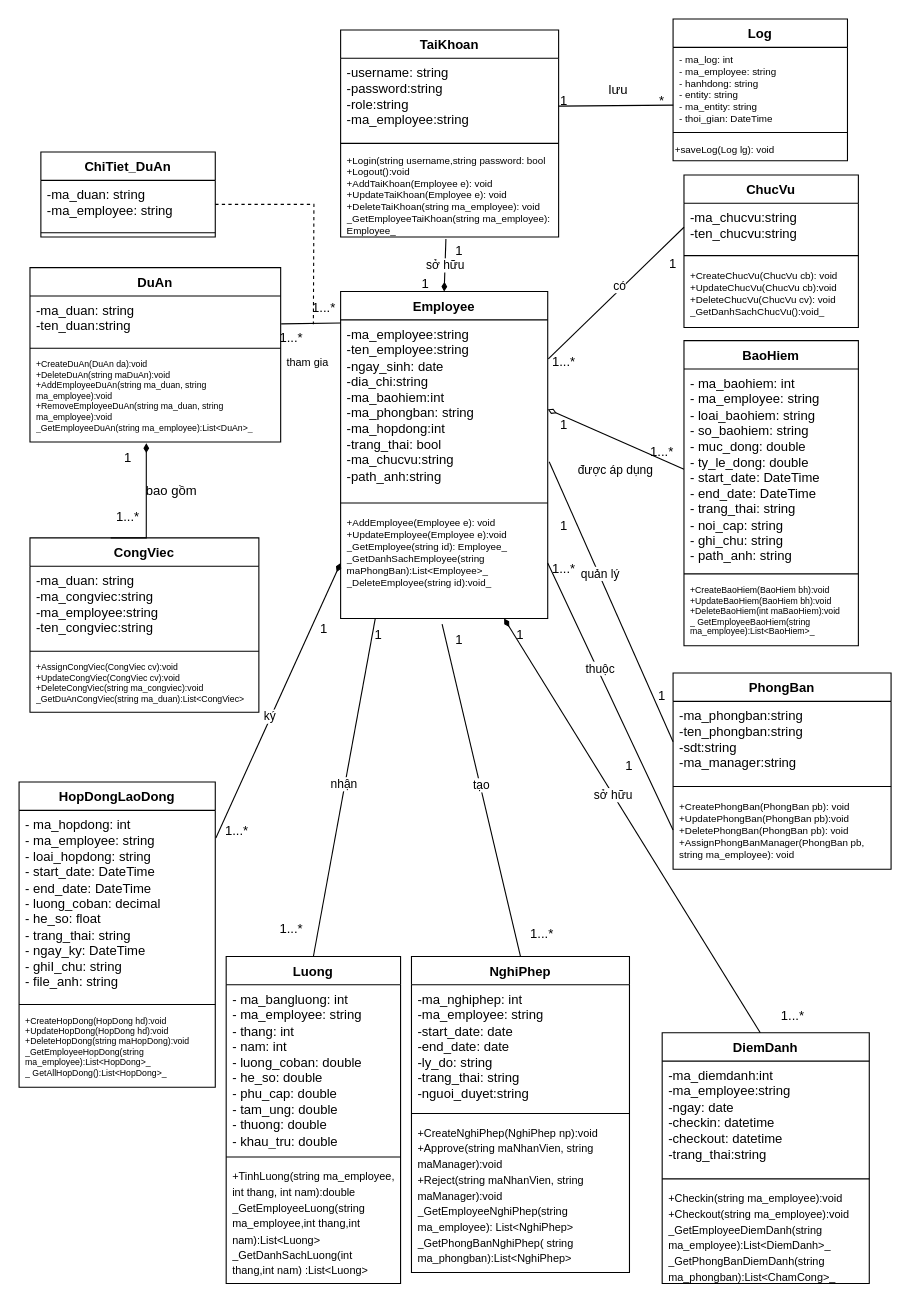
This is SoDoClass.drawio from hoangda24312/Group4-DesigningSystem, a draw.io file, before an edit. Source tidied: cells renumbered, new cells numbered last; positions are measured from the earlier drawing's top-left corner, leaving out a move shared by most shapes. Both pictures are drawn from the tidied source at 109%, with x=0, y=0 at pixel (19, 19).
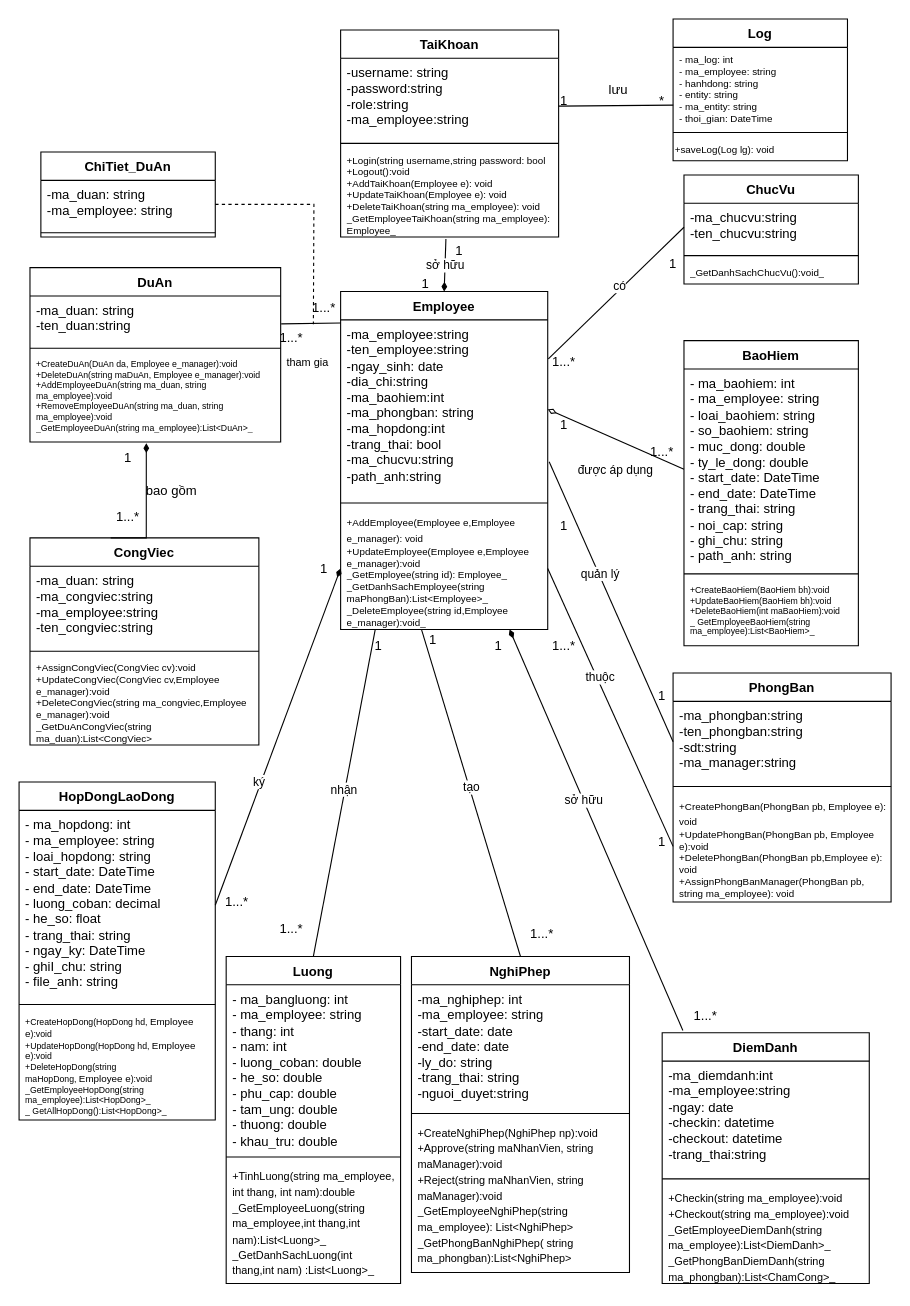
After the change.

Unchanged cells that the change refers to:
```xml
<mxCell id="9" value="DuAn" style="swimlane;fontStyle=1;align=center;verticalAlign=top;horizontal=1;startSize=26;whiteSpace=wrap;html=1;" parent="1" vertex="1">
  <mxGeometry x="10" y="228" width="230" height="160" as="geometry" />
</mxCell>
<mxCell id="22" value="&lt;div&gt;- ma_hopdong: int&lt;/div&gt;&lt;div&gt;- ma_employee: string&lt;/div&gt;&lt;div&gt;- loai_hopdong: string&lt;/div&gt;&lt;div&gt;- start_date: DateTime&lt;/div&gt;&lt;div&gt;- end_date: DateTime&lt;/div&gt;&lt;div&gt;- luong_coban: decimal&lt;/div&gt;&lt;div&gt;- he_so: float&lt;/div&gt;&lt;div&gt;- trang_thai: string&lt;/div&gt;&lt;div&gt;- ngay_ky: DateTime&lt;/div&gt;&lt;div&gt;- ghiI_chu: string&lt;/div&gt;&lt;div&gt;- file_anh: string&lt;/div&gt;" style="text;strokeColor=none;fillColor=none;align=left;verticalAlign=top;spacingLeft=4;spacingRight=4;overflow=hidden;points=[[0,0.5],[1,0.5]];portConstraint=eastwest;whiteSpace=wrap;html=1;" parent="21" vertex="1">
  <mxGeometry y="26" width="180" height="174" as="geometry" />
</mxCell>
<mxCell id="33" value="DiemDanh" style="swimlane;fontStyle=1;align=center;verticalAlign=top;horizontal=1;startSize=26;whiteSpace=wrap;html=1;" parent="1" vertex="1">
  <mxGeometry x="590" y="930" width="190" height="230" as="geometry" />
</mxCell>
<mxCell id="37" value="NghiPhep" style="swimlane;fontStyle=1;align=center;verticalAlign=top;horizontal=1;startSize=26;whiteSpace=wrap;html=1;" parent="1" vertex="1">
  <mxGeometry x="360" y="860" width="200" height="290" as="geometry" />
</mxCell>
<mxCell id="72" value="Luong" style="swimlane;fontStyle=1;align=center;verticalAlign=top;horizontal=1;startSize=26;whiteSpace=wrap;html=1;" parent="1" vertex="1">
  <mxGeometry x="190" y="860" width="160" height="300" as="geometry" />
</mxCell>
```

Change to the diagram source:
```diff
@@
-    <mxCell id="12" value="&lt;div&gt;+CreateDuAn(DuAn da):void&lt;/div&gt;&lt;div&gt;+DeleteDuAn(string maDuAn):void&lt;/div&gt;&lt;div&gt;+AddEmployeeDuAn(string ma_duan, string ma_employee):void&lt;/div&gt;&lt;div&gt;+RemoveEmployeeDuAn(string ma_duan, string ma_employee):void&lt;/div&gt;&lt;div&gt;_GetEmployeeDuAn(string ma_employee):List&amp;lt;DuAn&amp;gt;_&lt;/div&gt;" style="text;strokeColor=none;fillColor=none;align=left;verticalAlign=top;spacingLeft=4;spacingRight=4;overflow=hidden;points=[[0,0.5],[1,0.5]];portConstraint=eastwest;whiteSpace=wrap;html=1;fontSize=8;" parent="9" vertex="1">
+    <mxCell id="12" value="&lt;div&gt;+CreateDuAn(DuAn da,&amp;nbsp;&lt;span style=&quot;background-color: transparent; color: light-dark(rgb(0, 0, 0), rgb(255, 255, 255));&quot;&gt;Employee e_manager&lt;/span&gt;&lt;span style=&quot;background-color: transparent; color: light-dark(rgb(0, 0, 0), rgb(255, 255, 255));&quot;&gt;):void&lt;/span&gt;&lt;/div&gt;&lt;div&gt;+DeleteDuAn(string maDuAn,&amp;nbsp;&lt;span style=&quot;background-color: transparent; color: light-dark(rgb(0, 0, 0), rgb(255, 255, 255));&quot;&gt;Employee e_manager&lt;/span&gt;&lt;span style=&quot;background-color: transparent; color: light-dark(rgb(0, 0, 0), rgb(255, 255, 255));&quot;&gt;):void&lt;/span&gt;&lt;/div&gt;&lt;div&gt;+AddEmployeeDuAn(string ma_duan, string ma_employee):void&lt;/div&gt;&lt;div&gt;+RemoveEmployeeDuAn(string ma_duan, string ma_employee):void&lt;/div&gt;&lt;div&gt;_GetEmployeeDuAn(string ma_employee):List&amp;lt;DuAn&amp;gt;_&lt;/div&gt;" style="text;strokeColor=none;fillColor=none;align=left;verticalAlign=top;spacingLeft=4;spacingRight=4;overflow=hidden;points=[[0,0.5],[1,0.5]];portConstraint=eastwest;whiteSpace=wrap;html=1;fontSize=8;" parent="9" vertex="1">
       <mxGeometry y="78" width="230" height="82" as="geometry" />
     </mxCell>
     <mxCell id="13" value="CongViec" style="swimlane;fontStyle=1;align=center;verticalAlign=top;horizontal=1;startSize=26;whiteSpace=wrap;html=1;" parent="1" vertex="1">
-      <mxGeometry x="10" y="476" width="210" height="160" as="geometry" />
+      <mxGeometry x="10" y="476" width="210" height="190" as="geometry" />
     </mxCell>
@@
-    <mxCell id="16" value="&lt;div&gt;+AssignCongViec(CongViec cv):void&lt;/div&gt;&lt;div&gt;+UpdateCongViec(CongViec cv):void&lt;/div&gt;&lt;div&gt;+DeleteCongViec(string ma_congviec):void&lt;/div&gt;&lt;div&gt;_GetDuAnCongViec(string ma_duan):List&amp;lt;CongViec&amp;gt;&lt;/div&gt;" style="text;strokeColor=none;fillColor=none;align=left;verticalAlign=top;spacingLeft=4;spacingRight=4;overflow=hidden;whiteSpace=wrap;html=1;fontSize=8;" parent="13" vertex="1">
-      <mxGeometry y="108" width="210" height="52" as="geometry" />
+    <mxCell id="16" value="&lt;div&gt;&lt;font style=&quot;font-size: 9px;&quot;&gt;+AssignCongViec(CongViec cv):void&lt;/font&gt;&lt;/div&gt;&lt;div&gt;&lt;font style=&quot;font-size: 9px;&quot;&gt;+UpdateCongViec(CongViec cv,&lt;span style=&quot;background-color: transparent; color: light-dark(rgb(0, 0, 0), rgb(255, 255, 255));&quot;&gt;Employee e_manager&lt;/span&gt;&lt;span style=&quot;background-color: transparent; color: light-dark(rgb(0, 0, 0), rgb(255, 255, 255));&quot;&gt;):void&lt;/span&gt;&lt;/font&gt;&lt;/div&gt;&lt;div&gt;&lt;font style=&quot;font-size: 9px;&quot;&gt;+DeleteCongViec(string ma_congviec,&lt;/font&gt;&lt;span style=&quot;font-size: 9px; background-color: transparent; color: light-dark(rgb(0, 0, 0), rgb(255, 255, 255));&quot;&gt;Employee e_manager&lt;/span&gt;&lt;span style=&quot;font-size: 9px; background-color: transparent; color: light-dark(rgb(0, 0, 0), rgb(255, 255, 255));&quot;&gt;):void&lt;/span&gt;&lt;/div&gt;&lt;div&gt;&lt;font style=&quot;font-size: 9px;&quot;&gt;_GetDuAnCongViec(string ma_duan):List&amp;lt;CongViec&amp;gt;&lt;/font&gt;&lt;/div&gt;" style="text;strokeColor=none;fillColor=none;align=left;verticalAlign=top;spacingLeft=4;spacingRight=4;overflow=hidden;whiteSpace=wrap;html=1;fontSize=8;" parent="13" vertex="1">
+      <mxGeometry y="108" width="210" height="82" as="geometry" />
     </mxCell>
     <mxCell id="17" value="PhongBan" style="swimlane;fontStyle=1;align=center;verticalAlign=top;horizontal=1;startSize=26;whiteSpace=wrap;html=1;" parent="1" vertex="1">
-      <mxGeometry x="600" y="600" width="200" height="180" as="geometry" />
+      <mxGeometry x="600" y="600" width="200" height="210" as="geometry" />
     </mxCell>
@@
-    <mxCell id="20" value="&lt;span style=&quot;font-size: 9px;&quot;&gt;+CreatePhongBan(PhongBan pb): void&lt;/span&gt;&lt;div style=&quot;font-size: 9px;&quot;&gt;+UpdatePhongBan(PhongBan pb):void&lt;/div&gt;&lt;div style=&quot;font-size: 9px;&quot;&gt;+DeletePhongBan(PhongBan pb): void&lt;/div&gt;&lt;div style=&quot;font-size: 9px;&quot;&gt;+AssignPhongBanManager(PhongBan pb, string ma_employee): void&lt;/div&gt;" style="text;strokeColor=none;fillColor=none;align=left;verticalAlign=top;spacingLeft=4;spacingRight=4;overflow=hidden;points=[[0,0.5],[1,0.5]];portConstraint=eastwest;whiteSpace=wrap;html=1;" parent="17" vertex="1">
-      <mxGeometry y="108" width="200" height="72" as="geometry" />
+    <mxCell id="20" value="&lt;span style=&quot;font-size: 9px;&quot;&gt;+CreatePhongBan(PhongBan pb,&amp;nbsp;&lt;/span&gt;&lt;span style=&quot;font-size: 9px;&quot;&gt;Employee e&lt;/span&gt;&lt;span style=&quot;font-size: 9px;&quot;&gt;): void&lt;/span&gt;&lt;div style=&quot;font-size: 9px;&quot;&gt;+UpdatePhongBan(PhongBan pb,&amp;nbsp;&lt;span style=&quot;background-color: transparent; color: light-dark(rgb(0, 0, 0), rgb(255, 255, 255));&quot;&gt;Employee e&lt;/span&gt;&lt;span style=&quot;background-color: transparent; color: light-dark(rgb(0, 0, 0), rgb(255, 255, 255));&quot;&gt;):void&lt;/span&gt;&lt;/div&gt;&lt;div style=&quot;font-size: 9px;&quot;&gt;+DeletePhongBan(PhongBan pb,&lt;span style=&quot;background-color: transparent; color: light-dark(rgb(0, 0, 0), rgb(255, 255, 255));&quot;&gt;Employee e&lt;/span&gt;&lt;span style=&quot;background-color: transparent; color: light-dark(rgb(0, 0, 0), rgb(255, 255, 255));&quot;&gt;): void&lt;/span&gt;&lt;/div&gt;&lt;div style=&quot;font-size: 9px;&quot;&gt;+AssignPhongBanManager(PhongBan pb, string ma_employee): void&lt;/div&gt;" style="text;strokeColor=none;fillColor=none;align=left;verticalAlign=top;spacingLeft=4;spacingRight=4;overflow=hidden;points=[[0,0.5],[1,0.5]];portConstraint=eastwest;whiteSpace=wrap;html=1;" parent="17" vertex="1">
+      <mxGeometry y="108" width="200" height="102" as="geometry" />
     </mxCell>
     <mxCell id="21" value="HopDongLaoDong" style="swimlane;fontStyle=1;align=center;verticalAlign=top;horizontal=1;startSize=26;whiteSpace=wrap;html=1;" parent="1" vertex="1">
-      <mxGeometry y="700" width="180" height="280" as="geometry" />
+      <mxGeometry y="700" width="180" height="310" as="geometry" />
     </mxCell>
@@
-    <mxCell id="24" value="&lt;div&gt;+CreateHopDong(HopDong hd):void&lt;/div&gt;&lt;div&gt;+UpdateHopDong(HopDong hd):void&lt;/div&gt;&lt;div&gt;+DeleteHopDong(string maHopDong):void&lt;/div&gt;&lt;div&gt;_GetEmployeeHopDong(string ma_employee):List&amp;lt;HopDong&amp;gt;_&lt;/div&gt;&lt;div&gt;_ GetAllHopDong():List&amp;lt;HopDong&amp;gt;_&lt;/div&gt;" style="text;strokeColor=none;fillColor=none;align=left;verticalAlign=top;spacingLeft=4;spacingRight=4;overflow=hidden;whiteSpace=wrap;html=1;fontSize=8;" parent="21" vertex="1">
-      <mxGeometry y="208" width="180" height="72" as="geometry" />
+    <mxCell id="24" value="&lt;div&gt;+CreateHopDong(HopDong hd,&amp;nbsp;&lt;span style=&quot;font-size: 9px; background-color: transparent; color: light-dark(rgb(0, 0, 0), rgb(255, 255, 255));&quot;&gt;Employee e&lt;/span&gt;&lt;span style=&quot;background-color: transparent; color: light-dark(rgb(0, 0, 0), rgb(255, 255, 255));&quot;&gt;):void&lt;/span&gt;&lt;/div&gt;&lt;div&gt;+UpdateHopDong(HopDong hd,&amp;nbsp;&lt;span style=&quot;font-size: 9px; background-color: transparent; color: light-dark(rgb(0, 0, 0), rgb(255, 255, 255));&quot;&gt;Employee e&lt;/span&gt;&lt;span style=&quot;background-color: transparent; color: light-dark(rgb(0, 0, 0), rgb(255, 255, 255));&quot;&gt;):void&lt;/span&gt;&lt;/div&gt;&lt;div&gt;+DeleteHopDong(string maHopDong,&amp;nbsp;&lt;span style=&quot;font-size: 9px; background-color: transparent; color: light-dark(rgb(0, 0, 0), rgb(255, 255, 255));&quot;&gt;Employee e&lt;/span&gt;&lt;span style=&quot;background-color: transparent; color: light-dark(rgb(0, 0, 0), rgb(255, 255, 255));&quot;&gt;):void&lt;/span&gt;&lt;/div&gt;&lt;div&gt;_GetEmployeeHopDong(string ma_employee):List&amp;lt;HopDong&amp;gt;_&lt;/div&gt;&lt;div&gt;_ GetAllHopDong():List&amp;lt;HopDong&amp;gt;_&lt;/div&gt;" style="text;strokeColor=none;fillColor=none;align=left;verticalAlign=top;spacingLeft=4;spacingRight=4;overflow=hidden;whiteSpace=wrap;html=1;fontSize=8;" parent="21" vertex="1">
+      <mxGeometry y="208" width="180" height="102" as="geometry" />
     </mxCell>
     <mxCell id="25" value="Employee" style="swimlane;fontStyle=1;align=center;verticalAlign=top;horizontal=1;startSize=26;whiteSpace=wrap;html=1;" parent="1" vertex="1">
-      <mxGeometry x="295" y="250" width="190" height="300" as="geometry" />
+      <mxGeometry x="295" y="250" width="190" height="310" as="geometry" />
     </mxCell>
@@
-    <mxCell id="28" value="&lt;span style=&quot;font-size: 9px;&quot;&gt;+AddEmployee(Employee e): void&lt;/span&gt;&lt;div style=&quot;font-size: 9px;&quot;&gt;+UpdateEmployee(Employee e):void&lt;/div&gt;&lt;div style=&quot;font-size: 9px;&quot;&gt;_GetEmployee(string id): Employee_&lt;/div&gt;&lt;div style=&quot;font-size: 9px;&quot;&gt;_GetDanhSachEmployee(string maPhongBan):List&amp;lt;Employee&amp;gt;_&lt;/div&gt;&lt;div style=&quot;font-size: 9px;&quot;&gt;_DeleteEmployee(string id):void_&lt;/div&gt;&lt;div style=&quot;font-size: 9px;&quot;&gt;&lt;br&gt;&lt;/div&gt;" style="text;strokeColor=none;fillColor=none;align=left;verticalAlign=top;spacingLeft=4;spacingRight=4;overflow=hidden;points=[[0,0.5],[1,0.5]];portConstraint=eastwest;whiteSpace=wrap;html=1;" parent="25" vertex="1">
-      <mxGeometry y="198" width="190" height="102" as="geometry" />
+    <mxCell id="28" value="&lt;span style=&quot;font-size: 9px;&quot;&gt;+AddEmployee(Employee e,Employee e_manager): void&lt;/span&gt;&lt;div style=&quot;font-size: 9px;&quot;&gt;+UpdateEmployee(Employee e,&lt;span style=&quot;background-color: transparent; color: light-dark(rgb(0, 0, 0), rgb(255, 255, 255));&quot;&gt;Employee e_manager&lt;/span&gt;&lt;span style=&quot;background-color: transparent; color: light-dark(rgb(0, 0, 0), rgb(255, 255, 255));&quot;&gt;):void&lt;/span&gt;&lt;/div&gt;&lt;div style=&quot;font-size: 9px;&quot;&gt;_GetEmployee(string id): Employee_&lt;/div&gt;&lt;div style=&quot;font-size: 9px;&quot;&gt;_GetDanhSachEmployee(string maPhongBan):List&amp;lt;Employee&amp;gt;_&lt;/div&gt;&lt;div style=&quot;font-size: 9px;&quot;&gt;_DeleteEmployee(string id,&lt;span style=&quot;background-color: transparent; color: light-dark(rgb(0, 0, 0), rgb(255, 255, 255));&quot;&gt;Employee e_manager&lt;/span&gt;&lt;span style=&quot;background-color: transparent; color: light-dark(rgb(0, 0, 0), rgb(255, 255, 255));&quot;&gt;):void_&lt;/span&gt;&lt;/div&gt;&lt;div style=&quot;font-size: 9px;&quot;&gt;&lt;br&gt;&lt;/div&gt;" style="text;strokeColor=none;fillColor=none;align=left;verticalAlign=top;spacingLeft=4;spacingRight=4;overflow=hidden;points=[[0,0.5],[1,0.5]];portConstraint=eastwest;whiteSpace=wrap;html=1;" parent="25" vertex="1">
+      <mxGeometry y="198" width="190" height="112" as="geometry" />
     </mxCell>
@@
-    <mxCell id="46" style="endArrow=diamondThin;html=1;rounded=0;entryX=0;entryY=0.5;entryDx=0;entryDy=0;endFill=1;exitX=1.003;exitY=0.145;exitDx=0;exitDy=0;exitPerimeter=0;" parent="1" edge="1" source="22" target="28">
+    <mxCell id="46" style="endArrow=diamondThin;html=1;rounded=0;entryX=0;entryY=0.5;entryDx=0;entryDy=0;endFill=1;exitX=1;exitY=0.5;exitDx=0;exitDy=0;" parent="1" edge="1" source="22" target="28">
       <mxGeometry relative="1" as="geometry" />
     </mxCell>
     <mxCell id="47" value="ký" style="edgeLabel;html=1;align=center;verticalAlign=middle;" parent="46" vertex="1">
-      <mxGeometry x="-0.12" y="2" relative="1" as="geometry" />
+      <mxGeometry x="-0.12" y="2" relative="1" as="geometry">
+        <mxPoint x="-9" y="23" as="offset" />
+      </mxGeometry>
     </mxCell>
-    <mxCell id="48" style="endArrow=none;html=1;rounded=0;exitX=0.49;exitY=1.05;exitDx=0;exitDy=0;entryX=0.5;entryY=0;entryDx=0;entryDy=0;exitPerimeter=0;" parent="1" edge="1" source="28" target="37">
+    <mxCell id="48" style="endArrow=none;html=1;rounded=0;exitX=0.39;exitY=0.997;exitDx=0;exitDy=0;entryX=0.5;entryY=0;entryDx=0;entryDy=0;exitPerimeter=0;" parent="1" edge="1" source="28" target="37">
       <mxGeometry relative="1" as="geometry" />
     </mxCell>
@@
-    <mxCell id="50" style="endArrow=diamondThin;html=1;rounded=0;exitX=0;exitY=1;exitDx=0;exitDy=0;endFill=1;entryX=0.25;entryY=0;entryDx=0;entryDy=0;" parent="1" edge="1" source="86" target="87">
-      <mxGeometry relative="1" as="geometry" />
+    <mxCell id="50" style="endArrow=diamondThin;html=1;rounded=0;exitX=0.1;exitY=-0.009;exitDx=0;exitDy=0;endFill=1;exitPerimeter=0;" parent="1" edge="1" source="33">
+      <mxGeometry relative="1" as="geometry">
+        <mxPoint x="450" y="560" as="targetPoint" />
+      </mxGeometry>
     </mxCell>
@@
     <mxCell id="54" value="ChucVu" style="swimlane;fontStyle=1;align=center;verticalAlign=top;horizontal=1;startSize=26;whiteSpace=wrap;html=1;" parent="1" vertex="1">
-      <mxGeometry x="610" y="143" width="160" height="140" as="geometry" />
+      <mxGeometry x="610" y="143" width="160" height="100" as="geometry" />
     </mxCell>
@@
-    <mxCell id="57" value="&lt;span style=&quot;font-size: 9px;&quot;&gt;+CreateChucVu(ChucVu cb): void&lt;/span&gt;&lt;div style=&quot;font-size: 9px;&quot;&gt;+UpdateChucVu(ChucVu cb):void&lt;/div&gt;&lt;div style=&quot;font-size: 9px;&quot;&gt;+DeleteChucVu(ChucVu cv): void&lt;/div&gt;&lt;div style=&quot;font-size: 9px;&quot;&gt;_GetDanhSachChucVu():void_&lt;/div&gt;" style="text;strokeColor=none;fillColor=none;align=left;verticalAlign=top;spacingLeft=4;spacingRight=4;overflow=hidden;whiteSpace=wrap;html=1;" parent="54" vertex="1">
-      <mxGeometry y="78" width="160" height="62" as="geometry" />
+    <mxCell id="57" value="&lt;div style=&quot;font-size: 9px;&quot;&gt;_GetDanhSachChucVu():void_&lt;/div&gt;" style="text;strokeColor=none;fillColor=none;align=left;verticalAlign=top;spacingLeft=4;spacingRight=4;overflow=hidden;whiteSpace=wrap;html=1;" parent="54" vertex="1">
+      <mxGeometry y="78" width="160" height="22" as="geometry" />
     </mxCell>
@@
     <mxCell id="70" value="1...*" style="text;html=1;whiteSpace=wrap;strokeColor=none;fillColor=none;align=center;verticalAlign=middle;rounded=0;" parent="1" vertex="1">
-      <mxGeometry x="470" y="490" width="60" height="30" as="geometry" />
+      <mxGeometry x="470" y="560" width="60" height="30" as="geometry" />
     </mxCell>
     <mxCell id="71" value="1" style="text;html=1;whiteSpace=wrap;strokeColor=none;fillColor=none;align=center;verticalAlign=middle;rounded=0;" parent="1" vertex="1">
-      <mxGeometry x="530" y="670" width="60" height="30" as="geometry" />
+      <mxGeometry x="560" y="740" width="60" height="30" as="geometry" />
     </mxCell>
@@
-    <mxCell id="75" value="&lt;font size=&quot;1&quot;&gt;+TinhLuong(string ma_employee, int thang, int nam):double&lt;/font&gt;&lt;div&gt;&lt;font size=&quot;1&quot;&gt;_GetEmployeeLuong(string ma_employee,int thang,int nam):List&amp;lt;Luong&amp;gt;&lt;/font&gt;&lt;/div&gt;&lt;div&gt;&lt;font size=&quot;1&quot;&gt;_GetDanhSachLuong(int thang,int nam) :List&amp;lt;Luong&amp;gt;&lt;/font&gt;&lt;/div&gt;" style="text;strokeColor=none;fillColor=none;align=left;verticalAlign=top;spacingLeft=4;spacingRight=4;overflow=hidden;whiteSpace=wrap;html=1;" parent="72" vertex="1">
+    <mxCell id="75" value="&lt;font size=&quot;1&quot;&gt;+TinhLuong(string ma_employee, int thang, int nam):double&lt;/font&gt;&lt;div&gt;&lt;font size=&quot;1&quot;&gt;_GetEmployeeLuong(string ma_employee,int thang,int nam):List&amp;lt;Luong&amp;gt;_&lt;/font&gt;&lt;/div&gt;&lt;div&gt;&lt;font size=&quot;1&quot;&gt;_GetDanhSachLuong(int thang,int nam) :List&amp;lt;Luong&amp;gt;_&lt;/font&gt;&lt;/div&gt;" style="text;strokeColor=none;fillColor=none;align=left;verticalAlign=top;spacingLeft=4;spacingRight=4;overflow=hidden;whiteSpace=wrap;html=1;" parent="72" vertex="1">
       <mxGeometry y="188" width="160" height="112" as="geometry" />
     </mxCell>
@@
     <mxCell id="82" value="1" style="text;html=1;whiteSpace=wrap;strokeColor=none;fillColor=none;align=center;verticalAlign=middle;rounded=0;" parent="1" vertex="1">
-      <mxGeometry x="300" y="550" width="60" height="30" as="geometry" />
+      <mxGeometry x="300" y="560" width="60" height="30" as="geometry" />
     </mxCell>
@@
     <mxCell id="84" value="1" style="text;html=1;whiteSpace=wrap;strokeColor=none;fillColor=none;align=center;verticalAlign=middle;rounded=0;" parent="1" vertex="1">
-      <mxGeometry x="374" y="555" width="60" height="30" as="geometry" />
+      <mxGeometry x="350" y="555" width="60" height="30" as="geometry" />
     </mxCell>
@@
     <mxCell id="86" value="1...*" style="text;html=1;whiteSpace=wrap;strokeColor=none;fillColor=none;align=center;verticalAlign=middle;rounded=0;" parent="1" vertex="1">
-      <mxGeometry x="680" y="900" width="60" height="30" as="geometry" />
+      <mxGeometry x="600" y="900" width="60" height="30" as="geometry" />
     </mxCell>
     <mxCell id="87" value="1" style="text;html=1;whiteSpace=wrap;strokeColor=none;fillColor=none;align=center;verticalAlign=middle;rounded=0;" parent="1" vertex="1">
-      <mxGeometry x="430" y="550" width="60" height="30" as="geometry" />
+      <mxGeometry x="410" y="560" width="60" height="30" as="geometry" />
     </mxCell>
@@
     <mxCell id="89" value="1" style="text;html=1;whiteSpace=wrap;strokeColor=none;fillColor=none;align=center;verticalAlign=middle;rounded=0;" parent="1" vertex="1">
-      <mxGeometry x="250" y="545" width="60" height="30" as="geometry" />
+      <mxGeometry x="250" y="490" width="60" height="30" as="geometry" />
     </mxCell>
     <mxCell id="90" value="1...*" style="text;html=1;whiteSpace=wrap;strokeColor=none;fillColor=none;align=center;verticalAlign=middle;rounded=0;" parent="1" vertex="1">
-      <mxGeometry x="170" y="730" width="60" height="30" as="geometry" />
+      <mxGeometry x="170" y="795" width="60" height="30" as="geometry" />
     </mxCell>
```
